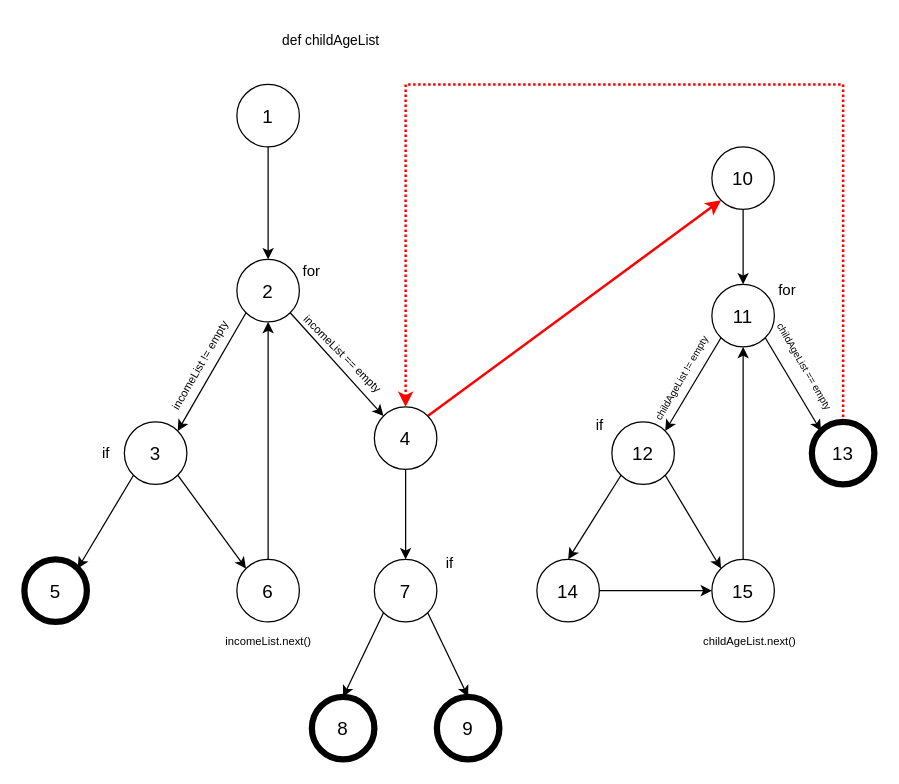
sakib7/ml-project-versioning keeps this draw.io diagram as software-testing-asg-2.drawio. Above is the earlier version. Source tidied: cells renumbered, new cells numbered last; positions are measured from the earlier drawing's top-left corner, leaving out a move shared by most shapes. Both pictures are drawn from the tidied source at 125%, with x=0, y=0 at pixel (24, 21).
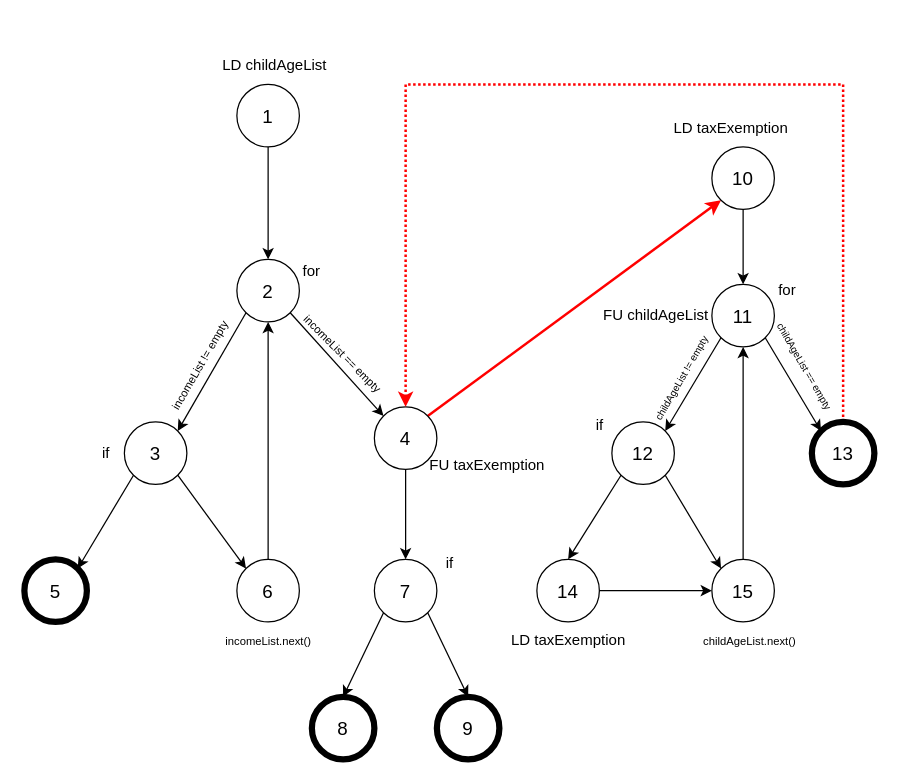
After the change.

Diff of the diagram source:
```diff
@@
-    <mxCell id="46" value="&lt;font style=&quot;font-size: 11px;&quot;&gt;def&amp;nbsp;childAgeList&lt;/font&gt;" style="text;html=1;align=center;verticalAlign=middle;strokeColor=none;fillColor=none;" parent="1" vertex="1">
-      <mxGeometry x="195" width="100" height="30" as="geometry" />
+    <mxCell id="46" value="&lt;font style=&quot;font-size: 12px;&quot;&gt;LD childAgeList&lt;/font&gt;" style="text;html=1;align=center;verticalAlign=middle;strokeColor=none;fillColor=none;" parent="1" vertex="1">
+      <mxGeometry x="145" y="20" width="110" height="30" as="geometry" />
     </mxCell>
+    <mxCell id="47" value="FU&amp;nbsp;childAgeList" style="text;html=1;align=center;verticalAlign=middle;strokeColor=none;fillColor=none;" parent="1" vertex="1">
+      <mxGeometry x="450" y="220" width="110" height="30" as="geometry" />
+    </mxCell>
+    <mxCell id="48" value="LD&amp;nbsp;taxExemption" style="text;html=1;align=center;verticalAlign=middle;strokeColor=none;fillColor=none;" parent="1" vertex="1">
+      <mxGeometry x="380" y="480" width="110" height="30" as="geometry" />
+    </mxCell>
+    <mxCell id="49" value="FU taxExemption" style="text;html=1;align=center;verticalAlign=middle;strokeColor=none;fillColor=none;" parent="1" vertex="1">
+      <mxGeometry x="310" y="340" width="120" height="30" as="geometry" />
+    </mxCell>
+    <mxCell id="50" value="LD&amp;nbsp;taxExemption" style="text;html=1;align=center;verticalAlign=middle;strokeColor=none;fillColor=none;" parent="1" vertex="1">
+      <mxGeometry x="510" y="70" width="110" height="30" as="geometry" />
+    </mxCell>
```
